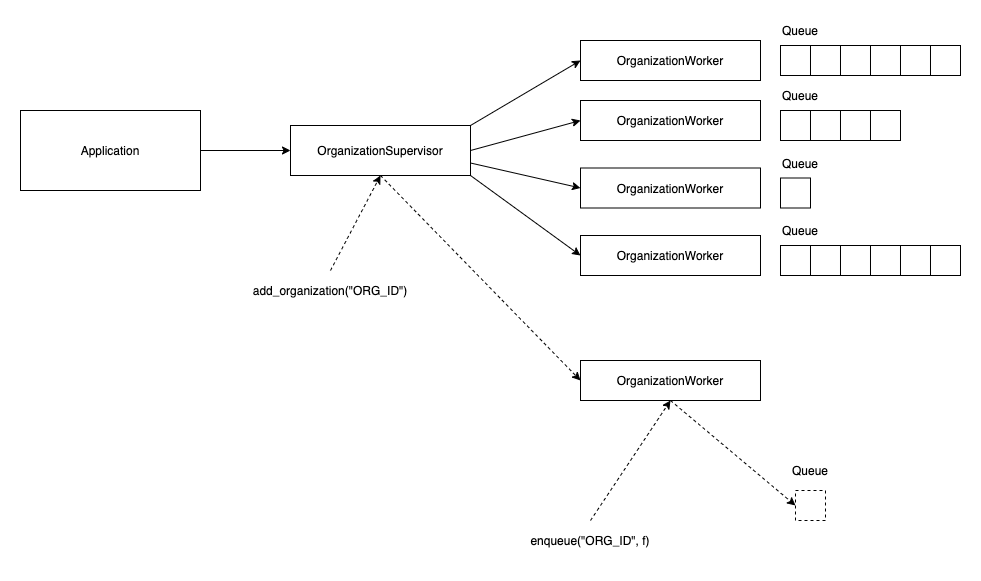
gunnar2k/rate-limiting-poc keeps this draw.io diagram as docs/overview.png. Above is the earlier version. Source tidied: cells renumbered, new cells last; positions are measured from the earlier drawing's top-left corner, leaving out a move shared by most shapes. Source of this version:
```xml
<mxGraphModel>
  <root>
    <mxCell id="0" />
    <mxCell id="1" parent="0" />
    <mxCell id="2" style="edgeStyle=none;rounded=0;jettySize=auto;html=1;entryX=0;entryY=0.5;entryDx=0;entryDy=0;exitX=1;exitY=0;exitDx=0;exitDy=0;" parent="1" edge="1" source="7" target="8">
      <mxGeometry relative="1" as="geometry" />
    </mxCell>
    <mxCell id="3" style="edgeStyle=none;rounded=0;jettySize=auto;html=1;exitX=1;exitY=0.5;exitDx=0;exitDy=0;entryX=0;entryY=0.5;entryDx=0;entryDy=0;" parent="1" edge="1" source="7" target="11">
      <mxGeometry relative="1" as="geometry" />
    </mxCell>
    <mxCell id="4" style="edgeStyle=none;rounded=0;jettySize=auto;html=1;exitX=1;exitY=0.75;exitDx=0;exitDy=0;entryX=0;entryY=0.5;entryDx=0;entryDy=0;" parent="1" edge="1" source="7" target="12">
      <mxGeometry relative="1" as="geometry" />
    </mxCell>
    <mxCell id="5" style="edgeStyle=none;rounded=0;jettySize=auto;html=1;exitX=1;exitY=1;exitDx=0;exitDy=0;entryX=0;entryY=0.5;entryDx=0;entryDy=0;" parent="1" edge="1" source="7" target="13">
      <mxGeometry relative="1" as="geometry" />
    </mxCell>
    <mxCell id="6" style="edgeStyle=none;rounded=0;jettySize=auto;html=1;exitX=0.5;exitY=1;exitDx=0;exitDy=0;entryX=0;entryY=0.5;entryDx=0;entryDy=0;dashed=1;" parent="1" edge="1" source="7" target="38">
      <mxGeometry relative="1" as="geometry" />
    </mxCell>
    <mxCell id="7" value="OrganizationSupervisor" style="rounded=0;whiteSpace=wrap;html=1;" parent="1" vertex="1">
      <mxGeometry x="270" y="105" width="180" height="50" as="geometry" />
    </mxCell>
    <mxCell id="8" value="OrganizationWorker" style="rounded=0;whiteSpace=wrap;html=1;" parent="1" vertex="1">
      <mxGeometry x="560" y="20" width="180" height="40" as="geometry" />
    </mxCell>
    <mxCell id="9" style="rounded=0;jettySize=auto;html=1;exitX=1;exitY=0.5;exitDx=0;exitDy=0;entryX=0;entryY=0.5;entryDx=0;entryDy=0;" parent="1" edge="1" source="10" target="7">
      <mxGeometry relative="1" as="geometry" />
    </mxCell>
    <mxCell id="10" value="Application" style="rounded=0;whiteSpace=wrap;html=1;" parent="1" vertex="1">
      <mxGeometry y="90" width="180" height="80" as="geometry" />
    </mxCell>
    <mxCell id="11" value="OrganizationWorker" style="rounded=0;whiteSpace=wrap;html=1;" parent="1" vertex="1">
      <mxGeometry x="560" y="80" width="180" height="40" as="geometry" />
    </mxCell>
    <mxCell id="12" value="OrganizationWorker" style="rounded=0;whiteSpace=wrap;html=1;" parent="1" vertex="1">
      <mxGeometry x="560" y="147.5" width="180" height="40" as="geometry" />
    </mxCell>
    <mxCell id="13" value="OrganizationWorker" style="rounded=0;whiteSpace=wrap;html=1;" parent="1" vertex="1">
      <mxGeometry x="560" y="215" width="180" height="40" as="geometry" />
    </mxCell>
    <mxCell id="14" style="rounded=0;whiteSpace=wrap;html=1;" parent="1" vertex="1">
      <mxGeometry x="760" y="25" width="30" height="30" as="geometry" />
    </mxCell>
    <mxCell id="15" style="rounded=0;whiteSpace=wrap;html=1;" parent="1" vertex="1">
      <mxGeometry x="790" y="25" width="30" height="30" as="geometry" />
    </mxCell>
    <mxCell id="16" style="rounded=0;whiteSpace=wrap;html=1;" parent="1" vertex="1">
      <mxGeometry x="820" y="25" width="30" height="30" as="geometry" />
    </mxCell>
    <mxCell id="17" style="rounded=0;whiteSpace=wrap;html=1;" parent="1" vertex="1">
      <mxGeometry x="850" y="25" width="30" height="30" as="geometry" />
    </mxCell>
    <mxCell id="18" style="rounded=0;whiteSpace=wrap;html=1;" parent="1" vertex="1">
      <mxGeometry x="880" y="25" width="30" height="30" as="geometry" />
    </mxCell>
    <mxCell id="19" style="rounded=0;whiteSpace=wrap;html=1;" parent="1" vertex="1">
      <mxGeometry x="910" y="25" width="30" height="30" as="geometry" />
    </mxCell>
    <mxCell id="20" value="Queue" style="text;html=1;strokeColor=none;fillColor=none;align=center;verticalAlign=middle;whiteSpace=wrap;rounded=0;" parent="1" vertex="1">
      <mxGeometry x="760" width="40" height="20" as="geometry" />
    </mxCell>
    <mxCell id="21" style="rounded=0;whiteSpace=wrap;html=1;" parent="1" vertex="1">
      <mxGeometry x="760" y="90" width="30" height="30" as="geometry" />
    </mxCell>
    <mxCell id="22" style="rounded=0;whiteSpace=wrap;html=1;" parent="1" vertex="1">
      <mxGeometry x="790" y="90" width="30" height="30" as="geometry" />
    </mxCell>
    <mxCell id="23" style="rounded=0;whiteSpace=wrap;html=1;" parent="1" vertex="1">
      <mxGeometry x="820" y="90" width="30" height="30" as="geometry" />
    </mxCell>
    <mxCell id="24" style="rounded=0;whiteSpace=wrap;html=1;" parent="1" vertex="1">
      <mxGeometry x="850" y="90" width="30" height="30" as="geometry" />
    </mxCell>
    <mxCell id="25" value="Queue" style="text;html=1;strokeColor=none;fillColor=none;align=center;verticalAlign=middle;whiteSpace=wrap;rounded=0;" parent="1" vertex="1">
      <mxGeometry x="760" y="65" width="40" height="20" as="geometry" />
    </mxCell>
    <mxCell id="26" style="rounded=0;whiteSpace=wrap;html=1;" parent="1" vertex="1">
      <mxGeometry x="760" y="157.5" width="30" height="30" as="geometry" />
    </mxCell>
    <mxCell id="27" value="Queue" style="text;html=1;strokeColor=none;fillColor=none;align=center;verticalAlign=middle;whiteSpace=wrap;rounded=0;" parent="1" vertex="1">
      <mxGeometry x="760" y="132.5" width="40" height="20" as="geometry" />
    </mxCell>
    <mxCell id="28" style="rounded=0;whiteSpace=wrap;html=1;" parent="1" vertex="1">
      <mxGeometry x="760" y="225" width="30" height="30" as="geometry" />
    </mxCell>
    <mxCell id="29" style="rounded=0;whiteSpace=wrap;html=1;" parent="1" vertex="1">
      <mxGeometry x="790" y="225" width="30" height="30" as="geometry" />
    </mxCell>
    <mxCell id="30" style="rounded=0;whiteSpace=wrap;html=1;" parent="1" vertex="1">
      <mxGeometry x="820" y="225" width="30" height="30" as="geometry" />
    </mxCell>
    <mxCell id="31" style="rounded=0;whiteSpace=wrap;html=1;" parent="1" vertex="1">
      <mxGeometry x="850" y="225" width="30" height="30" as="geometry" />
    </mxCell>
    <mxCell id="32" style="rounded=0;whiteSpace=wrap;html=1;" parent="1" vertex="1">
      <mxGeometry x="880" y="225" width="30" height="30" as="geometry" />
    </mxCell>
    <mxCell id="33" style="rounded=0;whiteSpace=wrap;html=1;" parent="1" vertex="1">
      <mxGeometry x="910" y="225" width="30" height="30" as="geometry" />
    </mxCell>
    <mxCell id="34" value="Queue" style="text;html=1;strokeColor=none;fillColor=none;align=center;verticalAlign=middle;whiteSpace=wrap;rounded=0;" parent="1" vertex="1">
      <mxGeometry x="760" y="200" width="40" height="20" as="geometry" />
    </mxCell>
    <mxCell id="35" style="edgeStyle=none;rounded=0;jettySize=auto;html=1;exitX=0.5;exitY=0;exitDx=0;exitDy=0;entryX=0.5;entryY=1;entryDx=0;entryDy=0;dashed=1;" parent="1" edge="1" source="36" target="7">
      <mxGeometry relative="1" as="geometry" />
    </mxCell>
    <mxCell id="36" value="add_organization(&quot;ORG_ID&quot;)" style="text;html=1;strokeColor=none;fillColor=none;align=center;verticalAlign=middle;whiteSpace=wrap;rounded=0;" parent="1" vertex="1">
      <mxGeometry x="210" y="250" width="200" height="40" as="geometry" />
    </mxCell>
    <mxCell id="37" style="edgeStyle=none;rounded=0;jettySize=auto;html=1;exitX=0.5;exitY=1;exitDx=0;exitDy=0;entryX=0;entryY=0.5;entryDx=0;entryDy=0;dashed=1;" parent="1" edge="1" source="38" target="40">
      <mxGeometry relative="1" as="geometry" />
    </mxCell>
    <mxCell id="38" value="OrganizationWorker" style="rounded=0;whiteSpace=wrap;html=1;" parent="1" vertex="1">
      <mxGeometry x="560" y="340" width="180" height="40" as="geometry" />
    </mxCell>
    <mxCell id="39" value="Queue" style="text;html=1;strokeColor=none;fillColor=none;align=center;verticalAlign=middle;whiteSpace=wrap;rounded=0;" parent="1" vertex="1">
      <mxGeometry x="770" y="440" width="40" height="20" as="geometry" />
    </mxCell>
    <mxCell id="40" style="rounded=0;whiteSpace=wrap;html=1;dashed=1;" parent="1" vertex="1">
      <mxGeometry x="775" y="470" width="30" height="30" as="geometry" />
    </mxCell>
    <mxCell id="41" style="edgeStyle=none;rounded=0;jettySize=auto;html=1;exitX=0.5;exitY=0;exitDx=0;exitDy=0;entryX=0.5;entryY=1;entryDx=0;entryDy=0;dashed=1;" parent="1" edge="1" source="42" target="38">
      <mxGeometry relative="1" as="geometry" />
    </mxCell>
    <mxCell id="42" value="enqueue(&quot;ORG_ID&quot;, f)" style="text;html=1;strokeColor=none;fillColor=none;align=center;verticalAlign=middle;whiteSpace=wrap;rounded=0;" parent="1" vertex="1">
      <mxGeometry x="470" y="500" width="200" height="40" as="geometry" />
    </mxCell>
  </root>
</mxGraphModel>
```
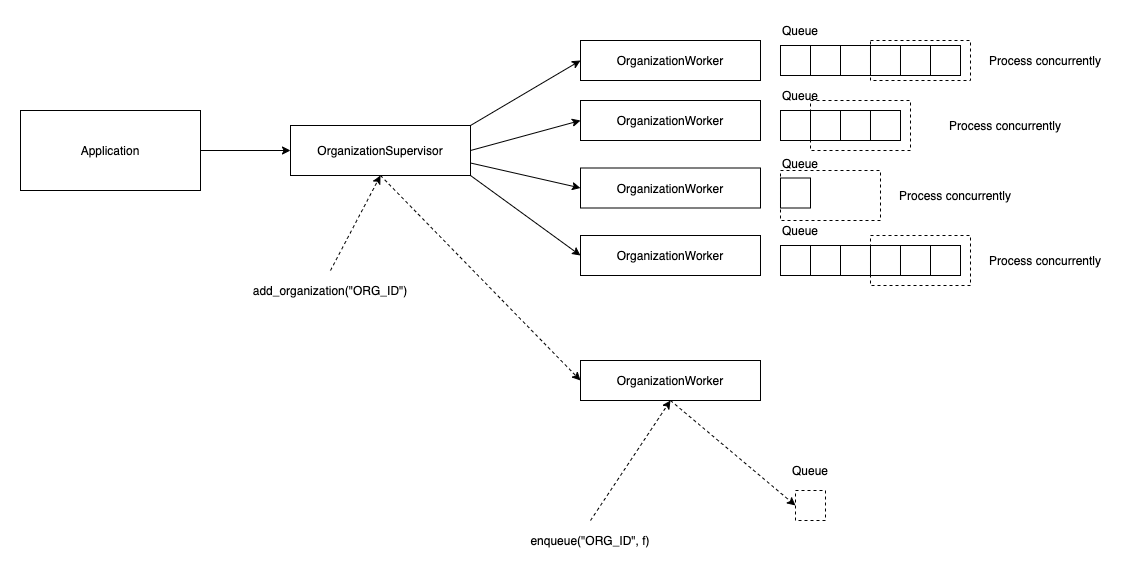
Above is the later version.

Diff of the diagram source:
```diff
@@ -125,5 +125,29 @@
     <mxCell id="42" value="enqueue(&quot;ORG_ID&quot;, f)" style="text;html=1;strokeColor=none;fillColor=none;align=center;verticalAlign=middle;whiteSpace=wrap;rounded=0;" parent="1" vertex="1">
       <mxGeometry x="470" y="500" width="200" height="40" as="geometry" />
     </mxCell>
+    <mxCell id="43" style="rounded=0;whiteSpace=wrap;html=1;dashed=1;fillColor=none;" parent="1" vertex="1">
+      <mxGeometry x="850" y="20" width="100" height="40" as="geometry" />
+    </mxCell>
+    <mxCell id="44" value="Process concurrently" style="text;html=1;strokeColor=none;fillColor=none;align=center;verticalAlign=middle;whiteSpace=wrap;rounded=0;dashed=1;" parent="1" vertex="1">
+      <mxGeometry x="950" y="30" width="150" height="20" as="geometry" />
+    </mxCell>
+    <mxCell id="45" style="rounded=0;whiteSpace=wrap;html=1;dashed=1;fillColor=none;" parent="1" vertex="1">
+      <mxGeometry x="790" y="80" width="100" height="50" as="geometry" />
+    </mxCell>
+    <mxCell id="46" value="Process concurrently" style="text;html=1;strokeColor=none;fillColor=none;align=center;verticalAlign=middle;whiteSpace=wrap;rounded=0;dashed=1;" parent="1" vertex="1">
+      <mxGeometry x="910" y="95" width="150" height="20" as="geometry" />
+    </mxCell>
+    <mxCell id="47" style="rounded=0;whiteSpace=wrap;html=1;dashed=1;fillColor=none;" parent="1" vertex="1">
+      <mxGeometry x="760" y="150" width="100" height="50" as="geometry" />
+    </mxCell>
+    <mxCell id="48" value="Process concurrently" style="text;html=1;strokeColor=none;fillColor=none;align=center;verticalAlign=middle;whiteSpace=wrap;rounded=0;dashed=1;" parent="1" vertex="1">
+      <mxGeometry x="860" y="165" width="150" height="20" as="geometry" />
+    </mxCell>
+    <mxCell id="49" style="rounded=0;whiteSpace=wrap;html=1;dashed=1;fillColor=none;" parent="1" vertex="1">
+      <mxGeometry x="850" y="215" width="100" height="50" as="geometry" />
+    </mxCell>
+    <mxCell id="50" value="Process concurrently" style="text;html=1;strokeColor=none;fillColor=none;align=center;verticalAlign=middle;whiteSpace=wrap;rounded=0;dashed=1;" parent="1" vertex="1">
+      <mxGeometry x="950" y="230" width="150" height="20" as="geometry" />
+    </mxCell>
   </root>
 </mxGraphModel>
```
